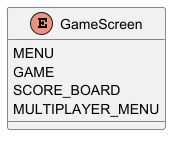
DominikDerkacz/Snake keeps this PlantUML diagram as src/snake/UML/GameScreen.png. Above is the earlier version. Its diagram source:
```plantuml
@startuml GameScreen
enum GameScreen {
  MENU
  GAME
  SCORE_BOARD
  MULTIPLAYER_MENU
}
@enduml
```
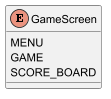
The same diagram one commit later.

Commit message:
zzmieniony gamescreen

The edit, as a diff of the source:
```diff
@@ -3,6 +3,5 @@
   MENU
   GAME
   SCORE_BOARD
-  MULTIPLAYER_MENU
 }
 @enduml
```
